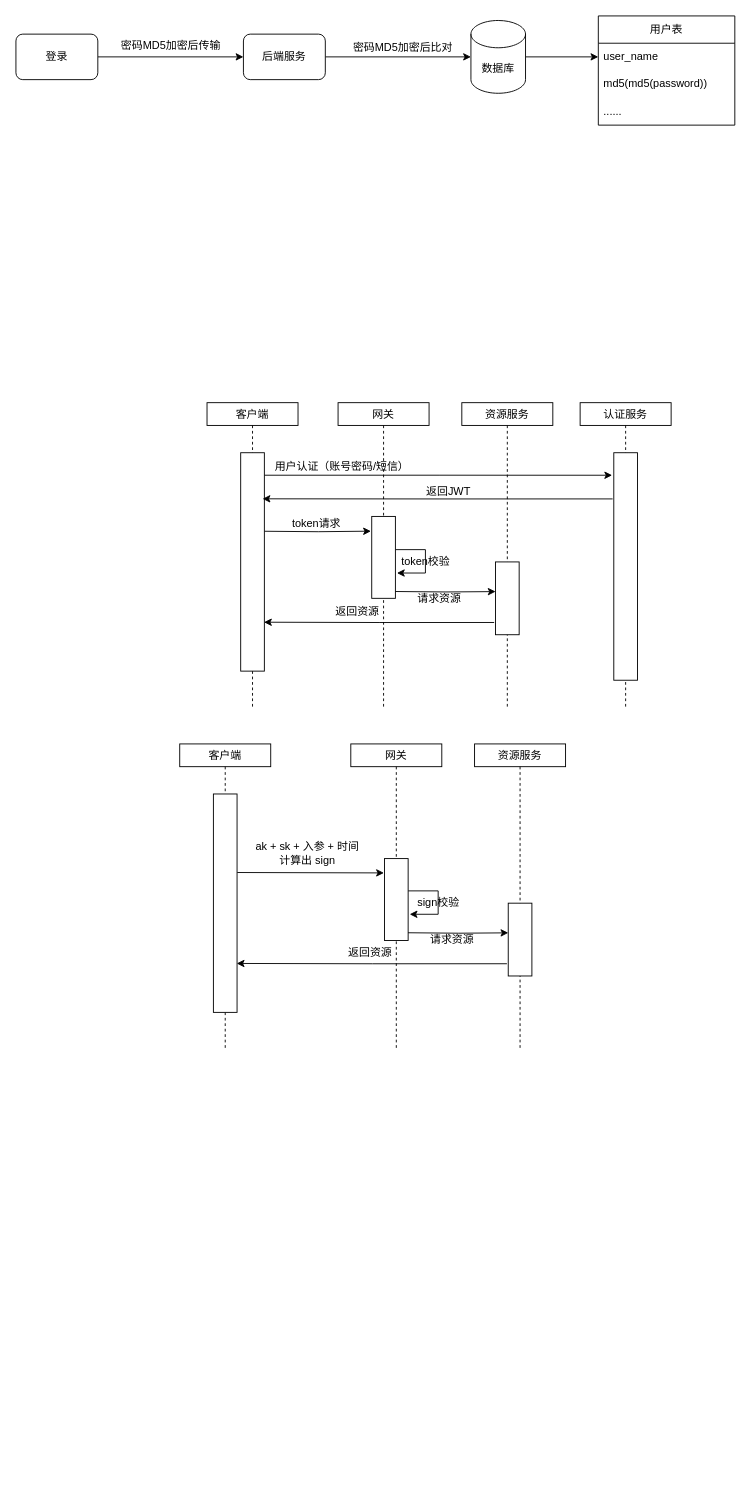
Earlier version of the draw.io diagram yzs/工业平台安全体系.drawio (yanglei1992/documents). Source tidied: cells renumbered, new cells numbered last; positions are measured from the earlier drawing's top-left corner, leaving out a move shared by most shapes. Both pictures are drawn from the tidied source at 91%, with x=0, y=0 at pixel (15, 15).
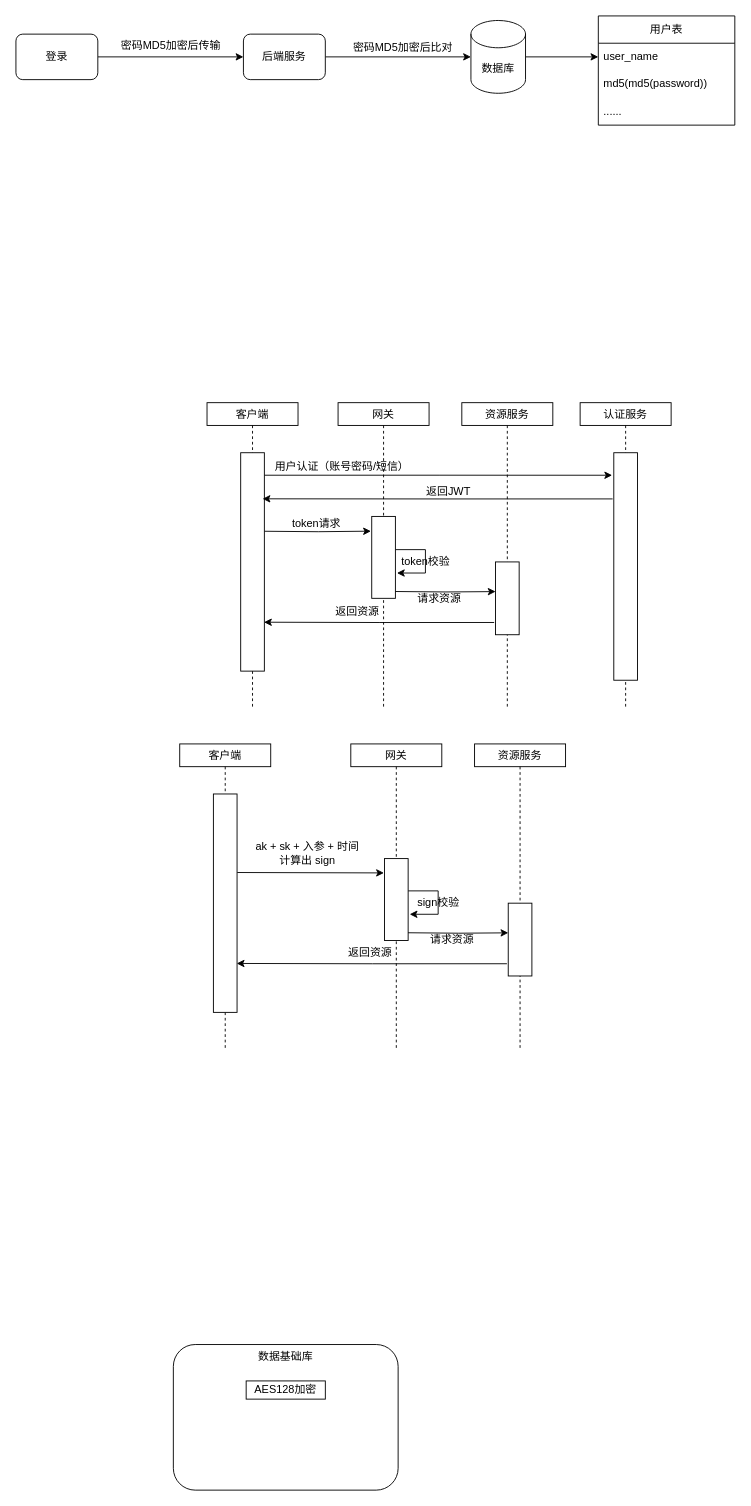
The same page after the edit.

Commit message:
更新工业平台安全体系.drawio

What changed in the source:
```diff
@@
+    <mxCell id="48" value="数据基础库" style="rounded=1;whiteSpace=wrap;html=1;verticalAlign=top;" parent="1" vertex="1">
+      <mxGeometry x="173" y="1460" width="247" height="160" as="geometry" />
+    </mxCell>
+    <mxCell id="49" value="AES128加密" style="rounded=0;whiteSpace=wrap;html=1;" parent="1" vertex="1">
+      <mxGeometry x="253" y="1500" width="87" height="20" as="geometry" />
+    </mxCell>
```
